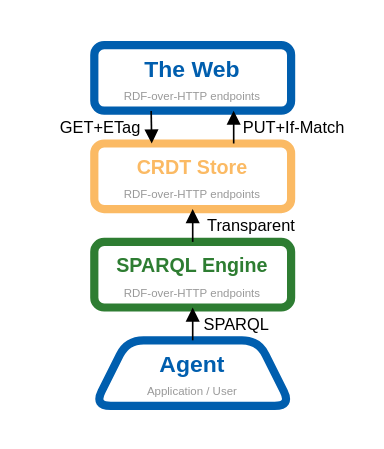
jitsedesmet/2026-icwe-poster keeps this draw.io diagram as page "stack" (2 of 2) of img/rdf-crdt.drawio. Above is the earlier version. Source tidied: cells renumbered, new cells numbered last; positions are measured from the earlier drawing's top-left corner, leaving out a move shared by most shapes. Both pictures are drawn from the tidied source at 164%, with x=0, y=0 at pixel (51, 44).
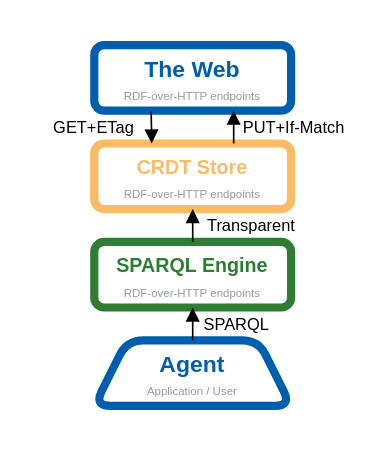
The same diagram, later.

The edit, as a diff of the source:
```diff
@@
+    <mxCell id="22" style="rounded=0;whiteSpace=wrap;html=1;fillColor=none;strokeColor=none;" parent="1" vertex="1">
+      <mxGeometry x="-14" y="-10" width="200" height="240" as="geometry" />
+    </mxCell>
@@
     <mxCell id="20" value="&lt;font style=&quot;font-size: 10px;&quot;&gt;GET+ETag&lt;/font&gt;" style="text;html=1;whiteSpace=wrap;strokeColor=none;fillColor=none;align=center;verticalAlign=middle;rounded=0;" parent="1" vertex="1">
-      <mxGeometry y="40" width="60" height="20" as="geometry" />
+      <mxGeometry x="-4" y="40" width="60" height="20" as="geometry" />
     </mxCell>
```
